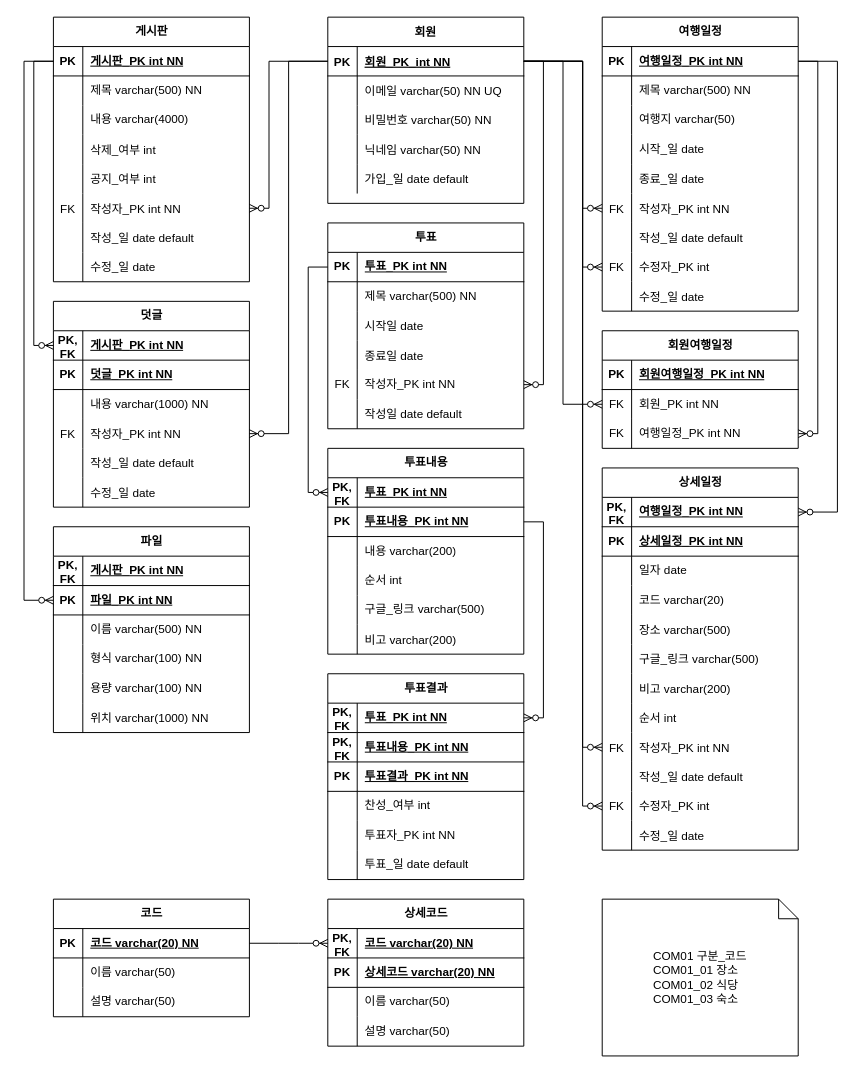
Earlier version of the draw.io diagram erd/itinerary_erd_logical.drawio (Hevrica/itinerary_be). Source tidied: cells renumbered, new cells numbered last; positions are measured from the earlier drawing's top-left corner, leaving out a move shared by most shapes. Both pictures are drawn from the tidied source at 98%, with x=0, y=0 at pixel (24, 17).
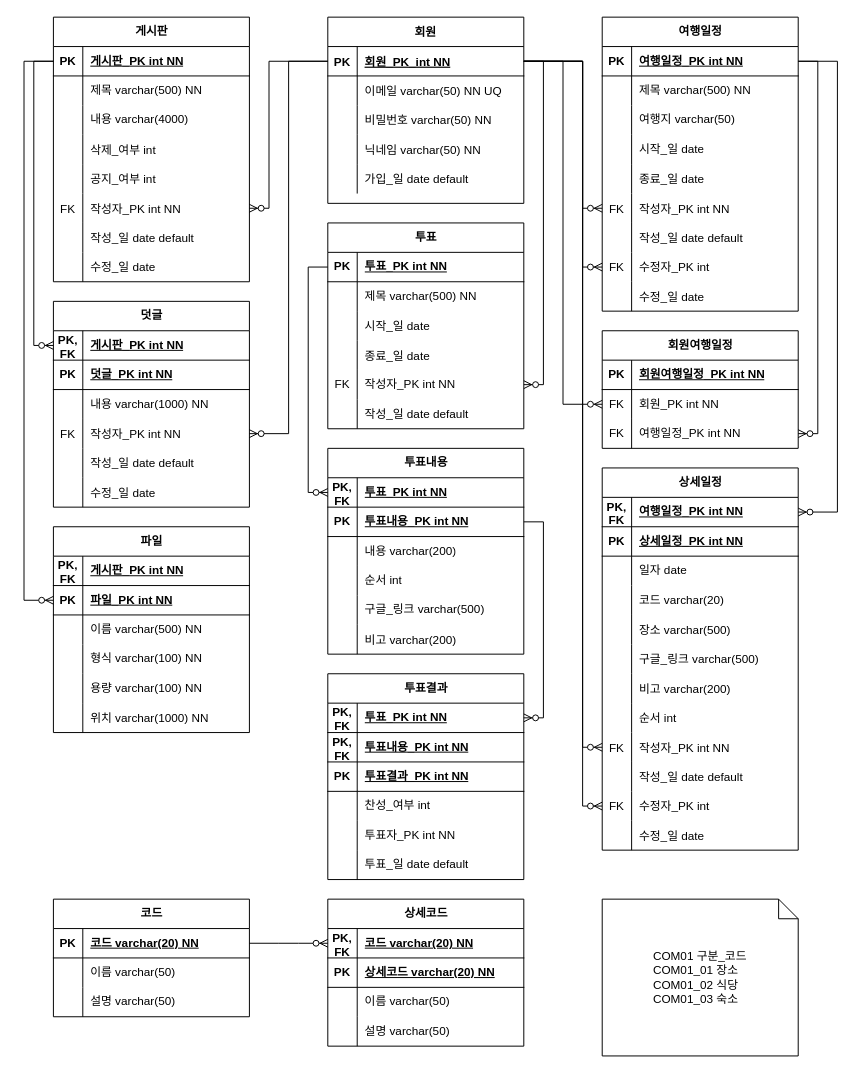
After the change.

Commit message:
logical erd 논리명 수정

The change refers to these unchanged cells:
```xml
<mxCell id="168" style="shape=tableRow;horizontal=0;startSize=0;swimlaneHead=0;swimlaneBody=0;fillColor=none;top=0;left=0;right=0;bottom=0;" parent="161" vertex="1">
  <mxGeometry y="90" width="200" height="30" as="geometry" />
</mxCell>
<mxCell id="171" style="shape=tableRow;horizontal=0;startSize=0;swimlaneHead=0;swimlaneBody=0;fillColor=none;top=0;left=0;right=0;bottom=0;" parent="161" vertex="1">
  <mxGeometry y="120" width="200" height="30" as="geometry" />
</mxCell>
<mxCell id="177" style="shape=tableRow;horizontal=0;startSize=0;swimlaneHead=0;swimlaneBody=0;fillColor=none;top=0;left=0;right=0;bottom=0;" parent="161" vertex="1">
  <mxGeometry y="180" width="200" height="30" as="geometry" />
</mxCell>
```

Diff of the diagram source:
```diff
@@
-    <mxCell id="170" value="시작일 date" style="shape=partialRectangle;fillColor=none;top=0;left=0;bottom=0;right=0;align=left;spacingLeft=6;overflow=hidden;" parent="168" vertex="1">
+    <mxCell id="170" value="시작_일 date" style="shape=partialRectangle;fillColor=none;top=0;left=0;bottom=0;right=0;align=left;spacingLeft=6;overflow=hidden;" parent="168" vertex="1">
       <mxGeometry x="30" width="170" height="30" as="geometry" />
     </mxCell>
@@
-    <mxCell id="173" value="종료일 date" style="shape=partialRectangle;fillColor=none;top=0;left=0;bottom=0;right=0;align=left;spacingLeft=6;overflow=hidden;" parent="171" vertex="1">
+    <mxCell id="173" value="종료_일 date" style="shape=partialRectangle;fillColor=none;top=0;left=0;bottom=0;right=0;align=left;spacingLeft=6;overflow=hidden;" parent="171" vertex="1">
       <mxGeometry x="30" width="170" height="30" as="geometry" />
     </mxCell>
@@
-    <mxCell id="179" value="작성일 date default" style="shape=partialRectangle;fillColor=none;top=0;left=0;bottom=0;right=0;align=left;spacingLeft=6;overflow=hidden;" parent="177" vertex="1">
+    <mxCell id="179" value="작성_일 date default" style="shape=partialRectangle;fillColor=none;top=0;left=0;bottom=0;right=0;align=left;spacingLeft=6;overflow=hidden;" parent="177" vertex="1">
       <mxGeometry x="30" width="170" height="30" as="geometry" />
     </mxCell>
```
